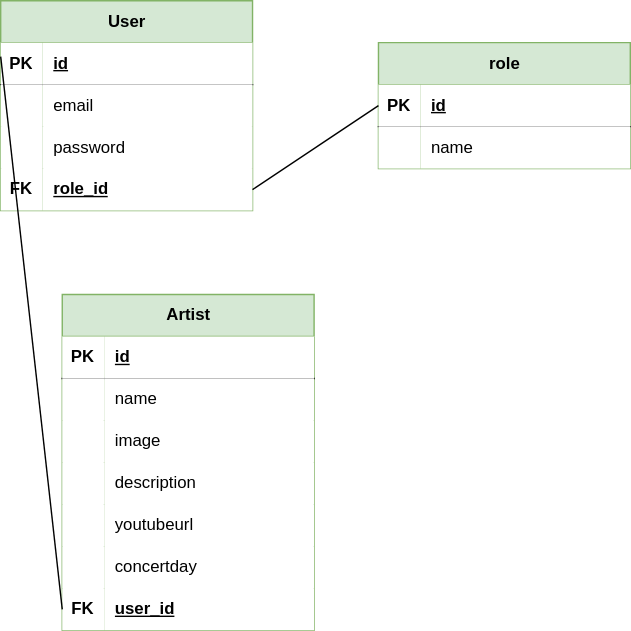
The draw.io diagram code/merise/MLD.drawio.svg in AwadAhmedDev/solidays_app, before a commit. Source tidied: cells renumbered, new cells last; positions are measured from the earlier drawing's top-left corner, leaving out a move shared by most shapes. Its diagram source:
```xml
<mxGraphModel>
  <root>
    <mxCell id="0" />
    <mxCell id="1" parent="0" />
    <mxCell id="2" value="User" style="shape=table;startSize=30;rowLines=0;fontStyle=1;align=center;html=1;fillColor=#d5e8d4;strokeColor=#82b366;" parent="1" vertex="1">
      <mxGeometry width="180" height="150" as="geometry" />
    </mxCell>
    <mxCell id="3" style="shape=tableRow;horizontal=0;startSize=0;swimlaneHead=0;swimlaneBody=0;fillColor=none;points=[[0,0.5],[1,0.5]];portConstraint=eastwest;top=0;left=0;right=0;bottom=1;" parent="2" vertex="1">
      <mxGeometry y="30" width="180" height="30" as="geometry" />
    </mxCell>
    <mxCell id="4" value="PK" style="shape=partialRectangle;top=0;left=0;bottom=0;right=0;fontStyle=1;overflow=hidden;whiteSpace=wrap;html=1;" parent="3" vertex="1">
      <mxGeometry width="30" height="30" as="geometry" />
    </mxCell>
    <mxCell id="5" value="id" style="shape=partialRectangle;top=0;left=0;bottom=0;right=0;align=left;spacingLeft=6;fontStyle=5;overflow=hidden;whiteSpace=wrap;html=1;" parent="3" vertex="1">
      <mxGeometry x="30" width="150" height="30" as="geometry" />
    </mxCell>
    <mxCell id="6" style="shape=tableRow;horizontal=0;startSize=0;swimlaneHead=0;swimlaneBody=0;fillColor=none;top=0;left=0;right=0;bottom=0;" parent="2" vertex="1">
      <mxGeometry y="60" width="180" height="30" as="geometry" />
    </mxCell>
    <mxCell id="7" style="shape=partialRectangle;top=0;left=0;bottom=0;right=0;overflow=hidden;whiteSpace=wrap;html=1;" parent="6" vertex="1">
      <mxGeometry width="30" height="30" as="geometry" />
    </mxCell>
    <mxCell id="8" value="email" style="shape=partialRectangle;top=0;left=0;bottom=0;right=0;align=left;spacingLeft=6;overflow=hidden;whiteSpace=wrap;html=1;" parent="6" vertex="1">
      <mxGeometry x="30" width="150" height="30" as="geometry" />
    </mxCell>
    <mxCell id="9" style="shape=tableRow;horizontal=0;startSize=0;swimlaneHead=0;swimlaneBody=0;fillColor=none;top=0;left=0;right=0;bottom=0;" parent="2" vertex="1">
      <mxGeometry y="90" width="180" height="30" as="geometry" />
    </mxCell>
    <mxCell id="10" style="shape=partialRectangle;top=0;left=0;bottom=0;right=0;overflow=hidden;whiteSpace=wrap;html=1;" parent="9" vertex="1">
      <mxGeometry width="30" height="30" as="geometry" />
    </mxCell>
    <mxCell id="11" value="password" style="shape=partialRectangle;top=0;left=0;bottom=0;right=0;align=left;spacingLeft=6;overflow=hidden;whiteSpace=wrap;html=1;" parent="9" vertex="1">
      <mxGeometry x="30" width="150" height="30" as="geometry" />
    </mxCell>
    <mxCell id="12" style="shape=tableRow;horizontal=0;startSize=0;swimlaneHead=0;swimlaneBody=0;fillColor=none;points=[[0,0.5],[1,0.5]];portConstraint=eastwest;top=0;left=0;right=0;bottom=0;" parent="2" vertex="1">
      <mxGeometry y="120" width="180" height="30" as="geometry" />
    </mxCell>
    <mxCell id="13" value="&lt;b&gt;FK&lt;/b&gt;" style="shape=partialRectangle;top=0;left=0;bottom=0;right=0;overflow=hidden;whiteSpace=wrap;html=1;" parent="12" vertex="1">
      <mxGeometry width="30" height="30" as="geometry" />
    </mxCell>
    <mxCell id="14" value="&lt;b&gt;&lt;u&gt;role_id&lt;/u&gt;&lt;/b&gt;" style="shape=partialRectangle;top=0;left=0;bottom=0;right=0;align=left;spacingLeft=6;overflow=hidden;whiteSpace=wrap;html=1;" parent="12" vertex="1">
      <mxGeometry x="30" width="150" height="30" as="geometry" />
    </mxCell>
    <mxCell id="15" value="role" style="shape=table;startSize=30;rowLines=0;fontStyle=1;align=center;html=1;fillColor=#d5e8d4;strokeColor=#82b366;" parent="1" vertex="1">
      <mxGeometry x="270" y="30" width="180" height="90" as="geometry" />
    </mxCell>
    <mxCell id="16" style="shape=tableRow;horizontal=0;startSize=0;swimlaneHead=0;swimlaneBody=0;fillColor=none;points=[[0,0.5],[1,0.5]];portConstraint=eastwest;top=0;left=0;right=0;bottom=1;" parent="15" vertex="1">
      <mxGeometry y="30" width="180" height="30" as="geometry" />
    </mxCell>
    <mxCell id="17" value="PK" style="shape=partialRectangle;top=0;left=0;bottom=0;right=0;fontStyle=1;overflow=hidden;whiteSpace=wrap;html=1;" parent="16" vertex="1">
      <mxGeometry width="30" height="30" as="geometry" />
    </mxCell>
    <mxCell id="18" value="id" style="shape=partialRectangle;top=0;left=0;bottom=0;right=0;align=left;spacingLeft=6;fontStyle=5;overflow=hidden;whiteSpace=wrap;html=1;" parent="16" vertex="1">
      <mxGeometry x="30" width="150" height="30" as="geometry" />
    </mxCell>
    <mxCell id="19" style="shape=tableRow;horizontal=0;startSize=0;swimlaneHead=0;swimlaneBody=0;fillColor=none;top=0;left=0;right=0;bottom=0;" parent="15" vertex="1">
      <mxGeometry y="60" width="180" height="30" as="geometry" />
    </mxCell>
    <mxCell id="20" style="shape=partialRectangle;top=0;left=0;bottom=0;right=0;overflow=hidden;whiteSpace=wrap;html=1;" parent="19" vertex="1">
      <mxGeometry width="30" height="30" as="geometry" />
    </mxCell>
    <mxCell id="21" value="name" style="shape=partialRectangle;top=0;left=0;bottom=0;right=0;align=left;spacingLeft=6;overflow=hidden;whiteSpace=wrap;html=1;" parent="19" vertex="1">
      <mxGeometry x="30" width="150" height="30" as="geometry" />
    </mxCell>
    <mxCell id="22" value="Artist" style="shape=table;startSize=30;rowLines=0;fontStyle=1;align=center;html=1;fillColor=#d5e8d4;strokeColor=#82b366;" parent="1" vertex="1">
      <mxGeometry x="44" y="210" width="180" height="240" as="geometry" />
    </mxCell>
    <mxCell id="23" style="shape=tableRow;horizontal=0;startSize=0;swimlaneHead=0;swimlaneBody=0;fillColor=none;top=0;left=0;right=0;bottom=1;" parent="22" vertex="1">
      <mxGeometry y="30" width="180" height="30" as="geometry" />
    </mxCell>
    <mxCell id="24" value="PK" style="shape=partialRectangle;top=0;left=0;bottom=0;right=0;fontStyle=1;overflow=hidden;whiteSpace=wrap;html=1;" parent="23" vertex="1">
      <mxGeometry width="30" height="30" as="geometry" />
    </mxCell>
    <mxCell id="25" value="id" style="shape=partialRectangle;top=0;left=0;bottom=0;right=0;align=left;spacingLeft=6;fontStyle=5;overflow=hidden;whiteSpace=wrap;html=1;" parent="23" vertex="1">
      <mxGeometry x="30" width="150" height="30" as="geometry" />
    </mxCell>
    <mxCell id="26" style="shape=tableRow;horizontal=0;startSize=0;swimlaneHead=0;swimlaneBody=0;fillColor=none;top=0;left=0;right=0;bottom=0;" parent="22" vertex="1">
      <mxGeometry y="60" width="180" height="30" as="geometry" />
    </mxCell>
    <mxCell id="27" style="shape=partialRectangle;top=0;left=0;bottom=0;right=0;overflow=hidden;whiteSpace=wrap;html=1;" parent="26" vertex="1">
      <mxGeometry width="30" height="30" as="geometry" />
    </mxCell>
    <mxCell id="28" value="name" style="shape=partialRectangle;top=0;left=0;bottom=0;right=0;align=left;spacingLeft=6;overflow=hidden;whiteSpace=wrap;html=1;" parent="26" vertex="1">
      <mxGeometry x="30" width="150" height="30" as="geometry" />
    </mxCell>
    <mxCell id="29" style="shape=tableRow;horizontal=0;startSize=0;swimlaneHead=0;swimlaneBody=0;fillColor=none;top=0;left=0;right=0;bottom=0;" parent="22" vertex="1">
      <mxGeometry y="90" width="180" height="30" as="geometry" />
    </mxCell>
    <mxCell id="30" style="shape=partialRectangle;top=0;left=0;bottom=0;right=0;overflow=hidden;whiteSpace=wrap;html=1;" parent="29" vertex="1">
      <mxGeometry width="30" height="30" as="geometry" />
    </mxCell>
    <mxCell id="31" value="image" style="shape=partialRectangle;top=0;left=0;bottom=0;right=0;align=left;spacingLeft=6;overflow=hidden;whiteSpace=wrap;html=1;" parent="29" vertex="1">
      <mxGeometry x="30" width="150" height="30" as="geometry" />
    </mxCell>
    <mxCell id="32" style="shape=tableRow;horizontal=0;startSize=0;swimlaneHead=0;swimlaneBody=0;fillColor=none;top=0;left=0;right=0;bottom=0;" parent="22" vertex="1">
      <mxGeometry y="120" width="180" height="30" as="geometry" />
    </mxCell>
    <mxCell id="33" style="shape=partialRectangle;top=0;left=0;bottom=0;right=0;overflow=hidden;whiteSpace=wrap;html=1;" parent="32" vertex="1">
      <mxGeometry width="30" height="30" as="geometry" />
    </mxCell>
    <mxCell id="34" value="description" style="shape=partialRectangle;top=0;left=0;bottom=0;right=0;align=left;spacingLeft=6;overflow=hidden;whiteSpace=wrap;html=1;" parent="32" vertex="1">
      <mxGeometry x="30" width="150" height="30" as="geometry" />
    </mxCell>
    <mxCell id="35" style="shape=tableRow;horizontal=0;startSize=0;swimlaneHead=0;swimlaneBody=0;fillColor=none;top=0;left=0;right=0;bottom=0;" parent="22" vertex="1">
      <mxGeometry y="150" width="180" height="30" as="geometry" />
    </mxCell>
    <mxCell id="36" style="shape=partialRectangle;top=0;left=0;bottom=0;right=0;overflow=hidden;whiteSpace=wrap;html=1;" parent="35" vertex="1">
      <mxGeometry width="30" height="30" as="geometry" />
    </mxCell>
    <mxCell id="37" value="youtubeurl" style="shape=partialRectangle;top=0;left=0;bottom=0;right=0;align=left;spacingLeft=6;overflow=hidden;whiteSpace=wrap;html=1;" parent="35" vertex="1">
      <mxGeometry x="30" width="150" height="30" as="geometry" />
    </mxCell>
    <mxCell id="38" style="shape=tableRow;horizontal=0;startSize=0;swimlaneHead=0;swimlaneBody=0;fillColor=none;top=0;left=0;right=0;bottom=0;" parent="22" vertex="1">
      <mxGeometry y="180" width="180" height="30" as="geometry" />
    </mxCell>
    <mxCell id="39" style="shape=partialRectangle;top=0;left=0;bottom=0;right=0;overflow=hidden;whiteSpace=wrap;html=1;" parent="38" vertex="1">
      <mxGeometry width="30" height="30" as="geometry" />
    </mxCell>
    <mxCell id="40" value="concertday" style="shape=partialRectangle;top=0;left=0;bottom=0;right=0;align=left;spacingLeft=6;overflow=hidden;whiteSpace=wrap;html=1;" parent="38" vertex="1">
      <mxGeometry x="30" width="150" height="30" as="geometry" />
    </mxCell>
    <mxCell id="41" style="shape=tableRow;horizontal=0;startSize=0;swimlaneHead=0;swimlaneBody=0;fillColor=none;points=[[0,0.5],[1,0.5]];portConstraint=eastwest;top=0;left=0;right=0;bottom=0;" parent="22" vertex="1">
      <mxGeometry y="210" width="180" height="30" as="geometry" />
    </mxCell>
    <mxCell id="42" value="&lt;b&gt;FK&lt;/b&gt;" style="shape=partialRectangle;top=0;left=0;bottom=0;right=0;overflow=hidden;whiteSpace=wrap;html=1;" parent="41" vertex="1">
      <mxGeometry width="30" height="30" as="geometry" />
    </mxCell>
    <mxCell id="43" value="&lt;b&gt;&lt;u&gt;user_id&lt;/u&gt;&lt;/b&gt;" style="shape=partialRectangle;top=0;left=0;bottom=0;right=0;align=left;spacingLeft=6;overflow=hidden;whiteSpace=wrap;html=1;" parent="41" vertex="1">
      <mxGeometry x="30" width="150" height="30" as="geometry" />
    </mxCell>
    <mxCell id="44" style="endArrow=none;html=1;rounded=0;exitX=1;exitY=0.5;exitDx=0;exitDy=0;entryX=0;entryY=0.5;entryDx=0;entryDy=0;" parent="1" edge="1" source="12" target="16">
      <mxGeometry relative="1" as="geometry" />
    </mxCell>
    <mxCell id="45" style="endArrow=none;html=1;rounded=0;exitX=0;exitY=0.5;exitDx=0;exitDy=0;entryX=0;entryY=0.333;entryDx=0;entryDy=0;entryPerimeter=0;" parent="1" edge="1" source="41" target="3">
      <mxGeometry relative="1" as="geometry" />
    </mxCell>
  </root>
</mxGraphModel>
```
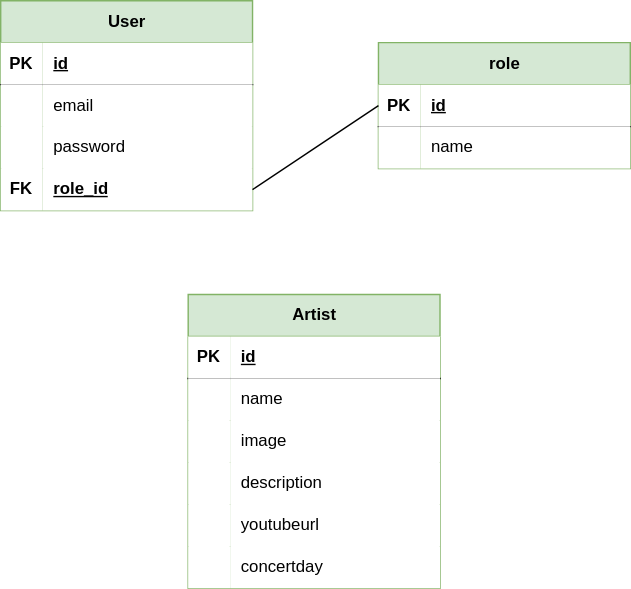
Later version of the same file.

What changed in the source:
```diff
@@ -63,7 +63,7 @@
       <mxGeometry x="30" width="150" height="30" as="geometry" />
     </mxCell>
     <mxCell id="22" value="Artist" style="shape=table;startSize=30;rowLines=0;fontStyle=1;align=center;html=1;fillColor=#d5e8d4;strokeColor=#82b366;" parent="1" vertex="1">
-      <mxGeometry x="44" y="210" width="180" height="240" as="geometry" />
+      <mxGeometry x="134" y="210" width="180" height="210" as="geometry" />
     </mxCell>
     <mxCell id="23" style="shape=tableRow;horizontal=0;startSize=0;swimlaneHead=0;swimlaneBody=0;fillColor=none;top=0;left=0;right=0;bottom=1;" parent="22" vertex="1">
       <mxGeometry y="30" width="180" height="30" as="geometry" />
@@ -119,20 +119,8 @@
     <mxCell id="40" value="concertday" style="shape=partialRectangle;top=0;left=0;bottom=0;right=0;align=left;spacingLeft=6;overflow=hidden;whiteSpace=wrap;html=1;" parent="38" vertex="1">
       <mxGeometry x="30" width="150" height="30" as="geometry" />
     </mxCell>
-    <mxCell id="41" style="shape=tableRow;horizontal=0;startSize=0;swimlaneHead=0;swimlaneBody=0;fillColor=none;points=[[0,0.5],[1,0.5]];portConstraint=eastwest;top=0;left=0;right=0;bottom=0;" parent="22" vertex="1">
-      <mxGeometry y="210" width="180" height="30" as="geometry" />
-    </mxCell>
-    <mxCell id="42" value="&lt;b&gt;FK&lt;/b&gt;" style="shape=partialRectangle;top=0;left=0;bottom=0;right=0;overflow=hidden;whiteSpace=wrap;html=1;" parent="41" vertex="1">
-      <mxGeometry width="30" height="30" as="geometry" />
-    </mxCell>
-    <mxCell id="43" value="&lt;b&gt;&lt;u&gt;user_id&lt;/u&gt;&lt;/b&gt;" style="shape=partialRectangle;top=0;left=0;bottom=0;right=0;align=left;spacingLeft=6;overflow=hidden;whiteSpace=wrap;html=1;" parent="41" vertex="1">
-      <mxGeometry x="30" width="150" height="30" as="geometry" />
-    </mxCell>
     <mxCell id="44" style="endArrow=none;html=1;rounded=0;exitX=1;exitY=0.5;exitDx=0;exitDy=0;entryX=0;entryY=0.5;entryDx=0;entryDy=0;" parent="1" edge="1" source="12" target="16">
       <mxGeometry relative="1" as="geometry" />
     </mxCell>
-    <mxCell id="45" style="endArrow=none;html=1;rounded=0;exitX=0;exitY=0.5;exitDx=0;exitDy=0;entryX=0;entryY=0.333;entryDx=0;entryDy=0;entryPerimeter=0;" parent="1" edge="1" source="41" target="3">
-      <mxGeometry relative="1" as="geometry" />
-    </mxCell>
   </root>
 </mxGraphModel>
```
